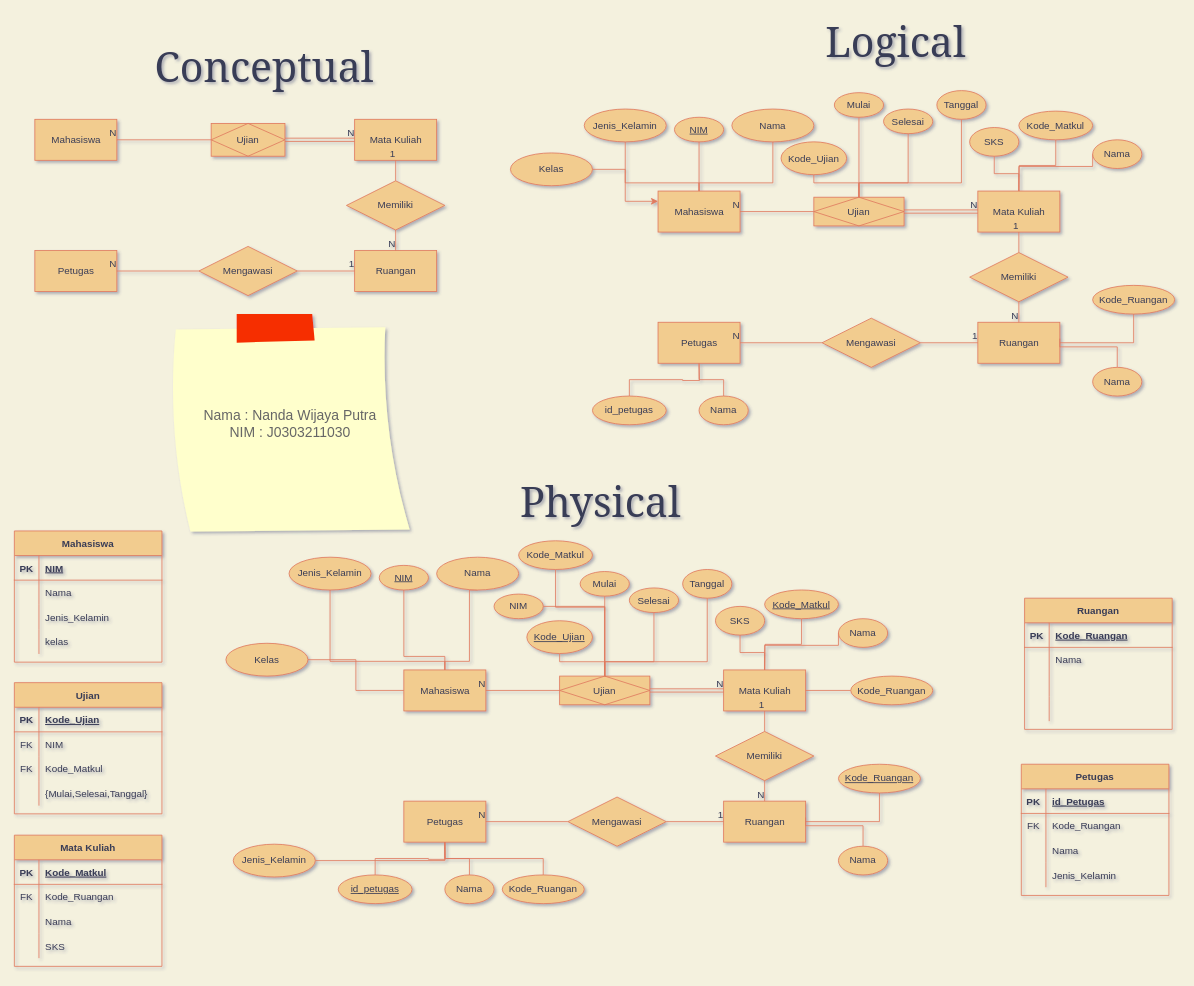
Before: Untitled Diagram.drawio in nanwp/BasDat, a draw.io diagram. Source tidied: cells renumbered, new cells numbered last; positions are measured from the earlier drawing's top-left corner, leaving out a move shared by most shapes. Both pictures are drawn from the tidied source at 82%, with x=0, y=0 at pixel (14, 16).
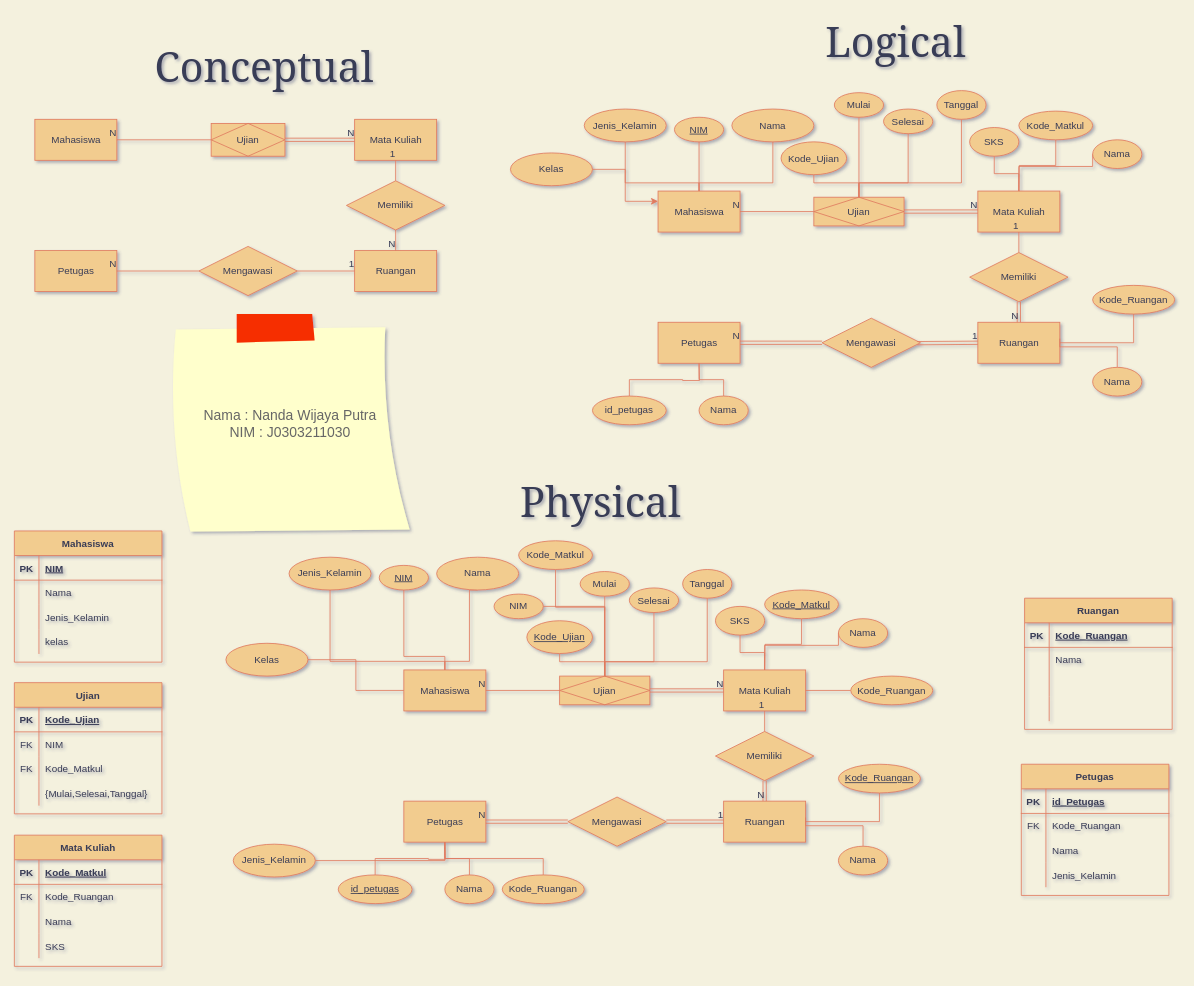
The same page after the edit.

Unchanged cells that the change refers to:
```xml
<mxCell id="24" value="Petugas" style="html=1;dashed=0;whitespace=wrap;fontColor=#393C56;strokeColor=#E07A5F;fillColor=#F2CC8F;" parent="1" vertex="1">
  <mxGeometry x="785" y="372.5" width="100" height="50" as="geometry" />
</mxCell>
<mxCell id="26" value="Ruangan" style="html=1;dashed=0;whitespace=wrap;fontColor=#393C56;strokeColor=#E07A5F;fillColor=#F2CC8F;" parent="1" vertex="1">
  <mxGeometry x="1175" y="372.5" width="100" height="50" as="geometry" />
</mxCell>
<mxCell id="28" value="Memiliki" style="shape=rhombus;perimeter=rhombusPerimeter;whiteSpace=wrap;html=1;align=center;fontColor=#393C56;strokeColor=#E07A5F;fillColor=#F2CC8F;" parent="1" vertex="1">
  <mxGeometry x="1165" y="287.5" width="120" height="60" as="geometry" />
</mxCell>
<mxCell id="29" value="Mengawasi" style="shape=rhombus;perimeter=rhombusPerimeter;whiteSpace=wrap;html=1;align=center;fontColor=#393C56;strokeColor=#E07A5F;fillColor=#F2CC8F;" parent="1" vertex="1">
  <mxGeometry x="985" y="367.5" width="120" height="60" as="geometry" />
</mxCell>
<mxCell id="71" value="Petugas" style="html=1;dashed=0;whitespace=wrap;fontColor=#393C56;strokeColor=#E07A5F;fillColor=#F2CC8F;" parent="1" vertex="1">
  <mxGeometry x="475" y="956.5" width="100" height="50" as="geometry" />
</mxCell>
<mxCell id="73" value="Ruangan" style="html=1;dashed=0;whitespace=wrap;fontColor=#393C56;strokeColor=#E07A5F;fillColor=#F2CC8F;" parent="1" vertex="1">
  <mxGeometry x="865" y="956.5" width="100" height="50" as="geometry" />
</mxCell>
<mxCell id="75" value="Memiliki" style="shape=rhombus;perimeter=rhombusPerimeter;whiteSpace=wrap;html=1;align=center;fontColor=#393C56;strokeColor=#E07A5F;fillColor=#F2CC8F;" parent="1" vertex="1">
  <mxGeometry x="855" y="871.5" width="120" height="60" as="geometry" />
</mxCell>
<mxCell id="76" value="Mengawasi" style="shape=rhombus;perimeter=rhombusPerimeter;whiteSpace=wrap;html=1;align=center;fontColor=#393C56;strokeColor=#E07A5F;fillColor=#F2CC8F;" parent="1" vertex="1">
  <mxGeometry x="675" y="951.5" width="120" height="60" as="geometry" />
</mxCell>
```

The edit, as a diff of the source:
```diff
@@
-    <mxCell id="36" style="endArrow=none;html=1;rounded=0;strokeColor=#E07A5F;entryX=0.5;entryY=0;entryDx=0;entryDy=0;exitX=0.5;exitY=1;exitDx=0;exitDy=0;labelBackgroundColor=#F4F1DE;fontColor=#393C56;" parent="1" edge="1" source="28" target="26">
-      <mxGeometry relative="1" as="geometry" />
-    </mxCell>
-    <mxCell id="37" value="N" style="html=1;align=right;verticalAlign=bottom;fontColor=#393C56;strokeColor=#E07A5F;fillColor=#F2CC8F;" parent="36" vertex="1">
-      <mxGeometry x="1" relative="1" as="geometry" />
-    </mxCell>
-    <mxCell id="38" style="endArrow=none;html=1;rounded=0;strokeColor=#E07A5F;strokeWidth=1;jumpSize=6;exitX=1;exitY=0.5;exitDx=0;exitDy=0;entryX=0;entryY=0.5;entryDx=0;entryDy=0;labelBackgroundColor=#F4F1DE;fontColor=#393C56;" parent="1" edge="1" source="29" target="26">
-      <mxGeometry relative="1" as="geometry" />
-    </mxCell>
-    <mxCell id="39" value="1" style="html=1;align=right;verticalAlign=bottom;fontColor=#393C56;strokeColor=#E07A5F;fillColor=#F2CC8F;" parent="38" vertex="1">
-      <mxGeometry x="1" relative="1" as="geometry" />
-    </mxCell>
-    <mxCell id="40" style="endArrow=none;html=1;rounded=0;strokeColor=#E07A5F;strokeWidth=1;jumpSize=6;entryX=1;entryY=0.5;entryDx=0;entryDy=0;jumpStyle=none;labelBackgroundColor=#F4F1DE;fontColor=#393C56;" parent="1" edge="1" source="29" target="24">
-      <mxGeometry relative="1" as="geometry" />
-    </mxCell>
-    <mxCell id="41" value="N" style="html=1;align=right;verticalAlign=bottom;fontColor=#393C56;strokeColor=#E07A5F;fillColor=#F2CC8F;" parent="40" vertex="1">
-      <mxGeometry x="1" relative="1" as="geometry" />
-    </mxCell>
@@
-    <mxCell id="83" style="endArrow=none;html=1;rounded=0;strokeColor=#E07A5F;entryX=0.5;entryY=0;entryDx=0;entryDy=0;exitX=0.5;exitY=1;exitDx=0;exitDy=0;labelBackgroundColor=#F4F1DE;fontColor=#393C56;" parent="1" edge="1" source="75" target="73">
-      <mxGeometry relative="1" as="geometry" />
-    </mxCell>
-    <mxCell id="84" value="N" style="html=1;align=right;verticalAlign=bottom;fontColor=#393C56;strokeColor=#E07A5F;fillColor=#F2CC8F;" parent="83" vertex="1">
-      <mxGeometry x="1" relative="1" as="geometry" />
-    </mxCell>
-    <mxCell id="85" style="endArrow=none;html=1;rounded=0;strokeColor=#E07A5F;strokeWidth=1;jumpSize=6;exitX=1;exitY=0.5;exitDx=0;exitDy=0;entryX=0;entryY=0.5;entryDx=0;entryDy=0;labelBackgroundColor=#F4F1DE;fontColor=#393C56;" parent="1" edge="1" source="76" target="73">
-      <mxGeometry relative="1" as="geometry" />
-    </mxCell>
-    <mxCell id="86" value="1" style="html=1;align=right;verticalAlign=bottom;fontColor=#393C56;strokeColor=#E07A5F;fillColor=#F2CC8F;" parent="85" vertex="1">
-      <mxGeometry x="1" relative="1" as="geometry" />
-    </mxCell>
-    <mxCell id="87" style="endArrow=none;html=1;rounded=0;strokeColor=#E07A5F;strokeWidth=1;jumpSize=6;entryX=1;entryY=0.5;entryDx=0;entryDy=0;jumpStyle=none;labelBackgroundColor=#F4F1DE;fontColor=#393C56;" parent="1" edge="1" source="76" target="71">
-      <mxGeometry relative="1" as="geometry" />
-    </mxCell>
-    <mxCell id="88" value="N" style="html=1;align=right;verticalAlign=bottom;fontColor=#393C56;strokeColor=#E07A5F;fillColor=#F2CC8F;" parent="87" vertex="1">
-      <mxGeometry x="1" relative="1" as="geometry" />
-    </mxCell>
@@
+    <mxCell id="36" style="shape=link;html=1;rounded=0;fontColor=#393C56;endArrow=none;endFill=0;strokeColor=#E07A5F;fillColor=#F2CC8F;entryX=0.5;entryY=0;entryDx=0;entryDy=0;exitX=0.5;exitY=1;exitDx=0;exitDy=0;" parent="1" edge="1" source="28" target="26">
+      <mxGeometry relative="1" as="geometry" />
+    </mxCell>
+    <mxCell id="198" value="N" style="html=1;align=right;verticalAlign=bottom;fontColor=#393C56;strokeColor=#E07A5F;fillColor=#F2CC8F;" parent="36" vertex="1">
+      <mxGeometry x="1" relative="1" as="geometry" />
+    </mxCell>
+    <mxCell id="40" style="shape=link;html=1;rounded=0;fontColor=#393C56;endArrow=none;endFill=0;strokeColor=#E07A5F;fillColor=#F2CC8F;entryX=1;entryY=0.5;entryDx=0;entryDy=0;exitX=0;exitY=0.5;exitDx=0;exitDy=0;" parent="1" edge="1" source="29" target="24">
+      <mxGeometry relative="1" as="geometry" />
+    </mxCell>
+    <mxCell id="199" value="N" style="html=1;align=right;verticalAlign=bottom;fontColor=#393C56;strokeColor=#E07A5F;fillColor=#F2CC8F;" parent="40" vertex="1">
+      <mxGeometry x="1" relative="1" as="geometry" />
+    </mxCell>
+    <mxCell id="200" style="shape=link;html=1;rounded=0;fontColor=#393C56;endArrow=none;endFill=0;strokeColor=#E07A5F;fillColor=#F2CC8F;entryX=0;entryY=0.5;entryDx=0;entryDy=0;" parent="1" edge="1" target="26">
+      <mxGeometry relative="1" as="geometry">
+        <mxPoint x="1101" y="398" as="sourcePoint" />
+      </mxGeometry>
+    </mxCell>
+    <mxCell id="201" value="1" style="html=1;align=right;verticalAlign=bottom;fontColor=#393C56;strokeColor=#E07A5F;fillColor=#F2CC8F;" parent="200" vertex="1">
+      <mxGeometry x="1" relative="1" as="geometry" />
+    </mxCell>
+    <mxCell id="87" style="shape=link;html=1;rounded=0;fontColor=#393C56;endArrow=none;endFill=0;strokeColor=#E07A5F;fillColor=#F2CC8F;exitX=0;exitY=0.5;exitDx=0;exitDy=0;entryX=1;entryY=0.5;entryDx=0;entryDy=0;" parent="1" edge="1" source="76" target="71">
+      <mxGeometry relative="1" as="geometry" />
+    </mxCell>
+    <mxCell id="202" value="N" style="html=1;align=right;verticalAlign=bottom;fontColor=#393C56;strokeColor=#E07A5F;fillColor=#F2CC8F;" parent="87" vertex="1">
+      <mxGeometry x="1" relative="1" as="geometry" />
+    </mxCell>
+    <mxCell id="85" style="shape=link;html=1;rounded=0;fontColor=#393C56;endArrow=none;endFill=0;strokeColor=#E07A5F;fillColor=#F2CC8F;entryX=0;entryY=0.5;entryDx=0;entryDy=0;exitX=1;exitY=0.5;exitDx=0;exitDy=0;" parent="1" edge="1" source="76" target="73">
+      <mxGeometry relative="1" as="geometry" />
+    </mxCell>
+    <mxCell id="203" value="1" style="html=1;align=right;verticalAlign=bottom;fontColor=#393C56;strokeColor=#E07A5F;fillColor=#F2CC8F;" parent="85" vertex="1">
+      <mxGeometry x="1" relative="1" as="geometry" />
+    </mxCell>
+    <mxCell id="83" style="shape=link;html=1;rounded=0;fontColor=#393C56;endArrow=none;endFill=0;strokeColor=#E07A5F;fillColor=#F2CC8F;entryX=0.5;entryY=0;entryDx=0;entryDy=0;exitX=0.5;exitY=1;exitDx=0;exitDy=0;" parent="1" edge="1" source="75" target="73">
+      <mxGeometry relative="1" as="geometry" />
+    </mxCell>
+    <mxCell id="204" value="N" style="html=1;align=right;verticalAlign=bottom;fontColor=#393C56;strokeColor=#E07A5F;fillColor=#F2CC8F;" parent="83" vertex="1">
+      <mxGeometry x="1" relative="1" as="geometry" />
+    </mxCell>
```
